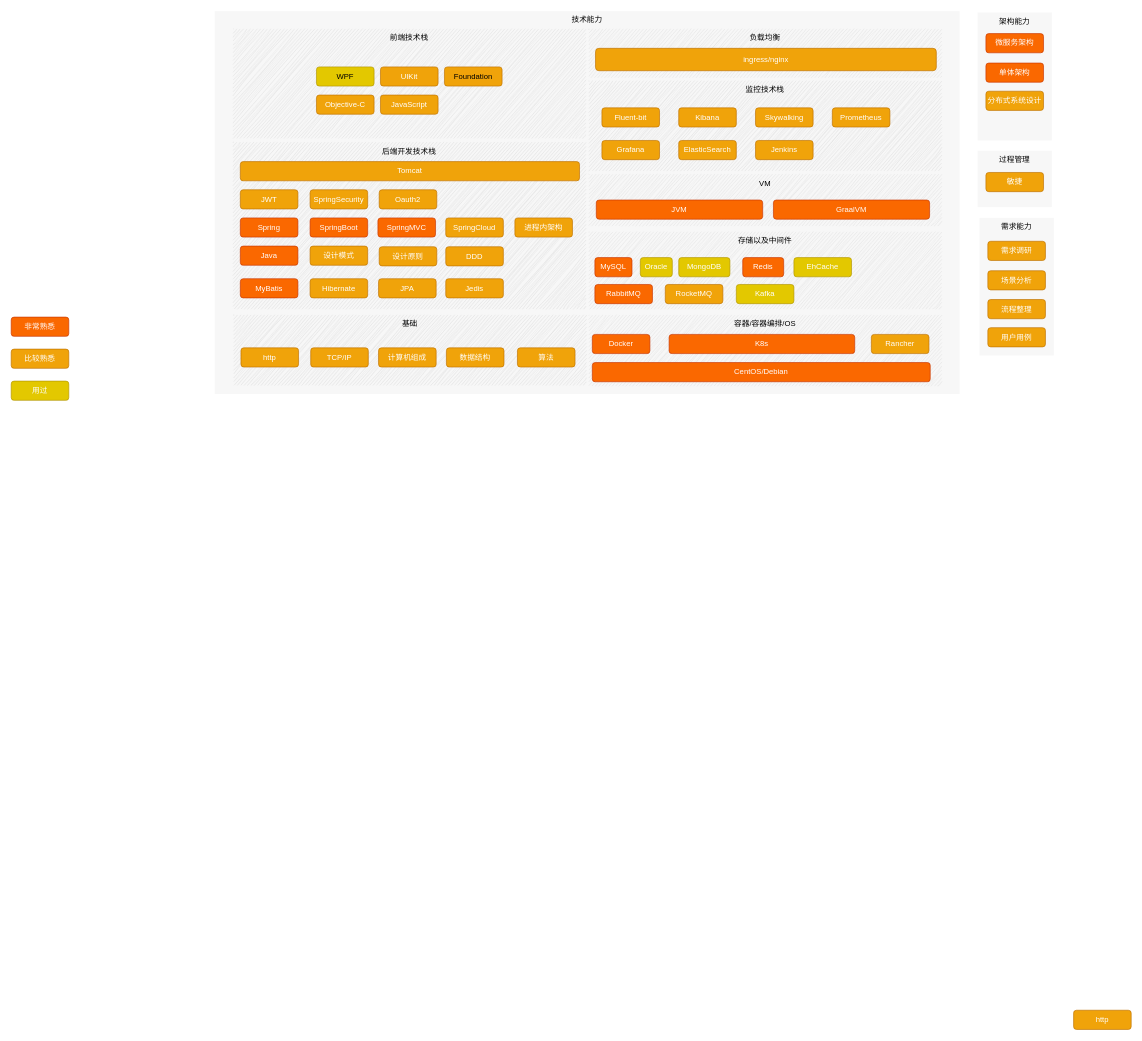
Earlier version of the draw.io diagram page "顶层架构" (1 of 4) of 技术栈.drawio (ProgrammerLZ/drawio). Source tidied: cells renumbered, new cells numbered last; positions are measured from the earlier drawing's top-left corner, leaving out a move shared by most shapes. Both pictures are drawn from the tidied source at 64%, with x=0, y=0 at pixel (11, 11).
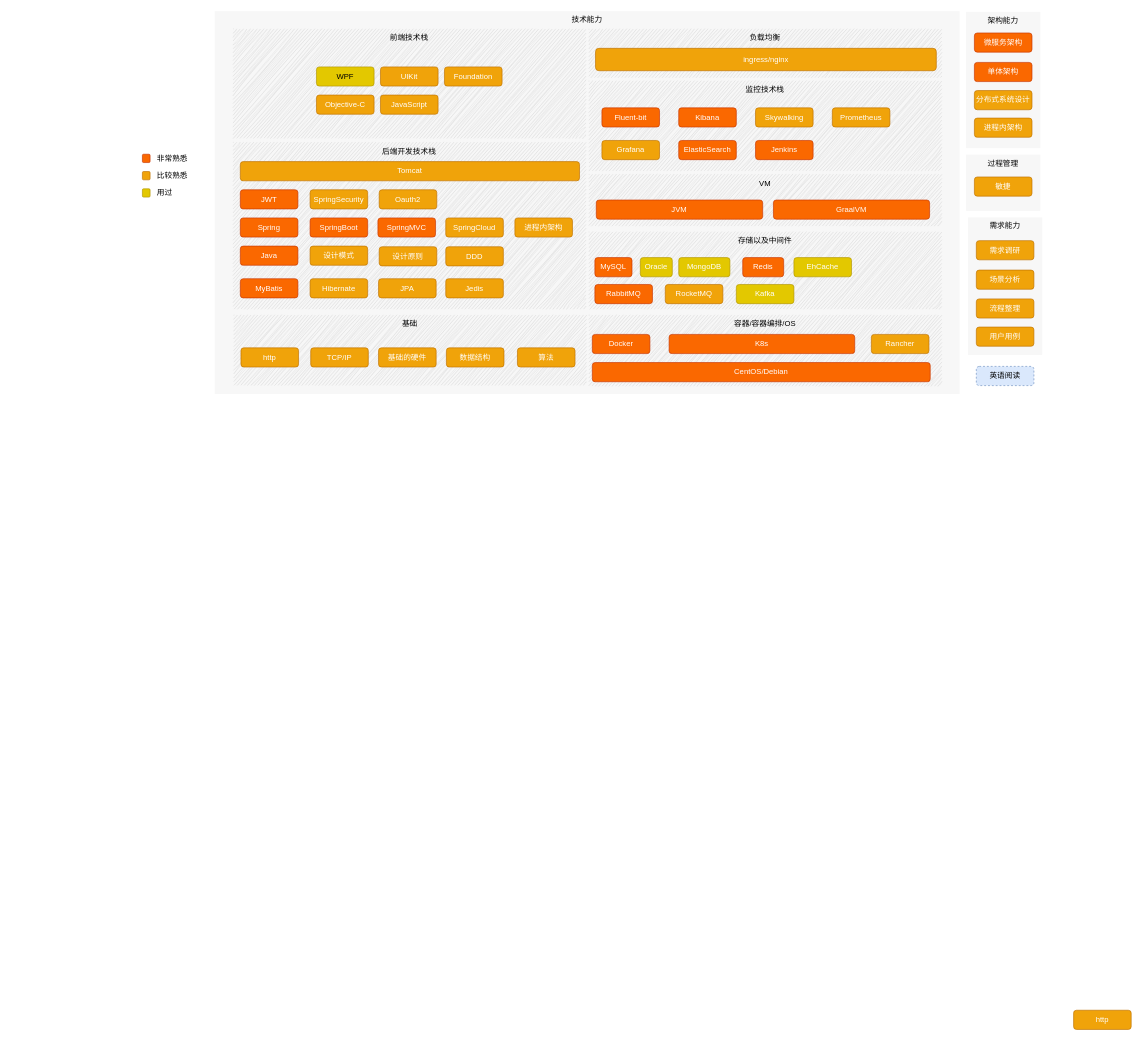
After the change.

Commit message (it also covers changes not shown here):
更新技术栈.drawio

What changed in the source:
```diff
@@
     <mxCell id="2" value="架构能力" style="rounded=0;whiteSpace=wrap;html=1;fillColor=#D6D6D6;opacity=20;strokeColor=none;verticalAlign=top;" parent="1" vertex="1">
-      <mxGeometry x="1510" y="2" width="116" height="200" as="geometry" />
+      <mxGeometry x="1492" y="1" width="116" height="213" as="geometry" />
     </mxCell>
     <mxCell id="3" value="需求能力" style="rounded=0;whiteSpace=wrap;html=1;fillColor=#D6D6D6;opacity=20;strokeColor=none;verticalAlign=top;" parent="1" vertex="1">
-      <mxGeometry x="1513" y="323" width="116" height="215" as="geometry" />
+      <mxGeometry x="1495" y="322" width="116" height="215" as="geometry" />
     </mxCell>
     <mxCell id="4" value="过程管理" style="rounded=0;whiteSpace=wrap;html=1;fillColor=#D6D6D6;opacity=20;strokeColor=none;verticalAlign=top;" parent="1" vertex="1">
-      <mxGeometry x="1510" y="218" width="116" height="88" as="geometry" />
+      <mxGeometry x="1492" y="224" width="116" height="88" as="geometry" />
     </mxCell>
@@
-    <mxCell id="6" value="基础" style="rounded=0;whiteSpace=wrap;html=1;fillColor=#D6D6D6;opacity=80;strokeColor=none;verticalAlign=top;sketch=1;curveFitting=1;jiggle=2;" parent="1" vertex="1">
+    <mxCell id="6" value="基础" style="rounded=0;whiteSpace=wrap;html=1;fillColor=#D6D6D6;strokeColor=none;verticalAlign=top;sketch=1;curveFitting=1;jiggle=2;" parent="1" vertex="1">
       <mxGeometry x="348" y="475" width="550" height="109" as="geometry" />
     </mxCell>
-    <mxCell id="7" value="监控技术栈" style="rounded=0;whiteSpace=wrap;html=1;fillColor=#D6D6D6;opacity=80;strokeColor=none;verticalAlign=top;sketch=1;curveFitting=1;jiggle=2;" parent="1" vertex="1">
+    <mxCell id="7" value="监控技术栈" style="rounded=0;whiteSpace=wrap;html=1;fillColor=#D6D6D6;strokeColor=none;verticalAlign=top;sketch=1;curveFitting=1;jiggle=2;" parent="1" vertex="1">
       <mxGeometry x="903" y="109" width="550" height="140" as="geometry" />
     </mxCell>
-    <mxCell id="8" value="Kibana" style="rounded=1;whiteSpace=wrap;html=1;fillColor=#f0a30a;fontColor=#FFFFFF;strokeColor=#BD7000;" parent="1" vertex="1">
+    <mxCell id="8" value="Kibana" style="rounded=1;whiteSpace=wrap;html=1;fillColor=#fa6800;fontColor=#FFFFFF;strokeColor=#C73500;" parent="1" vertex="1">
       <mxGeometry x="1043" y="151" width="90" height="30" as="geometry" />
     </mxCell>
-    <mxCell id="9" value="Fluent-bit" style="rounded=1;whiteSpace=wrap;html=1;fillColor=#f0a30a;fontColor=#FFFFFF;strokeColor=#BD7000;" parent="1" vertex="1">
+    <mxCell id="9" value="Fluent-bit" style="rounded=1;whiteSpace=wrap;html=1;fillColor=#fa6800;fontColor=#FFFFFF;strokeColor=#C73500;" parent="1" vertex="1">
       <mxGeometry x="923" y="151" width="90" height="30" as="geometry" />
     </mxCell>
-    <mxCell id="10" value="Jenkins" style="rounded=1;whiteSpace=wrap;html=1;fillColor=#f0a30a;fontColor=#FFFFFF;strokeColor=#BD7000;" parent="1" vertex="1">
+    <mxCell id="10" value="Jenkins" style="rounded=1;whiteSpace=wrap;html=1;fillColor=#fa6800;fontColor=#FFFFFF;strokeColor=#C73500;" parent="1" vertex="1">
       <mxGeometry x="1163" y="202" width="90" height="30" as="geometry" />
     </mxCell>
@@
     <mxCell id="14" value="微服务架构" style="rounded=1;whiteSpace=wrap;html=1;fillColor=#fa6800;fontColor=#FFFFFF;strokeColor=#C73500;" parent="1" vertex="1">
-      <mxGeometry x="1523" y="35" width="90" height="30" as="geometry" />
+      <mxGeometry x="1505" y="34" width="90" height="30" as="geometry" />
     </mxCell>
     <mxCell id="15" value="单体架构" style="rounded=1;whiteSpace=wrap;html=1;fillColor=#fa6800;fontColor=#FFFFFF;strokeColor=#C73500;" parent="1" vertex="1">
-      <mxGeometry x="1523" y="81" width="90" height="30" as="geometry" />
+      <mxGeometry x="1505" y="80" width="90" height="30" as="geometry" />
     </mxCell>
@@
     <mxCell id="17" value="分布式系统设计" style="rounded=1;whiteSpace=wrap;html=1;fillColor=#f0a30a;fontColor=#FFFFFF;strokeColor=#BD7000;" parent="1" vertex="1">
-      <mxGeometry x="1523" y="125" width="90" height="30" as="geometry" />
+      <mxGeometry x="1505" y="124" width="90" height="30" as="geometry" />
     </mxCell>
-    <mxCell id="18" value="非常熟悉" style="rounded=1;whiteSpace=wrap;html=1;fillColor=#fa6800;fontColor=#FFFFFF;strokeColor=#C73500;" parent="1" vertex="1">
-      <mxGeometry y="478" width="90" height="30" as="geometry" />
+    <mxCell id="18" style="rounded=1;whiteSpace=wrap;html=1;fillColor=#fa6800;fontColor=#FFFFFF;strokeColor=#C73500;" parent="1" vertex="1">
+      <mxGeometry x="205" y="223.5" width="12" height="13" as="geometry" />
     </mxCell>
-    <mxCell id="19" value="比较熟悉" style="rounded=1;whiteSpace=wrap;html=1;fillColor=#f0a30a;fontColor=#FFFFFF;strokeColor=#BD7000;" parent="1" vertex="1">
-      <mxGeometry y="528" width="90" height="30" as="geometry" />
-    </mxCell>
-    <mxCell id="20" value="用过" style="rounded=1;whiteSpace=wrap;html=1;fillColor=#e3c800;fontColor=#FFFFFF;strokeColor=#B09500;" parent="1" vertex="1">
-      <mxGeometry y="578" width="90" height="30" as="geometry" />
-    </mxCell>
     <mxCell id="21" value="敏捷" style="rounded=1;whiteSpace=wrap;html=1;fillColor=#f0a30a;fontColor=#FFFFFF;strokeColor=#BD7000;" parent="1" vertex="1">
-      <mxGeometry x="1523" y="252" width="90" height="30" as="geometry" />
+      <mxGeometry x="1505" y="259" width="90" height="30" as="geometry" />
     </mxCell>
     <mxCell id="22" value="需求调研" style="rounded=1;whiteSpace=wrap;html=1;fillColor=#f0a30a;fontColor=#FFFFFF;strokeColor=#BD7000;" parent="1" vertex="1">
-      <mxGeometry x="1526" y="359.5" width="90" height="30" as="geometry" />
+      <mxGeometry x="1508" y="358.5" width="90" height="30" as="geometry" />
     </mxCell>
-    <mxCell id="23" value="ElasticSearch" style="rounded=1;whiteSpace=wrap;html=1;fillColor=#f0a30a;fontColor=#FFFFFF;strokeColor=#BD7000;" parent="1" vertex="1">
+    <mxCell id="23" value="ElasticSearch" style="rounded=1;whiteSpace=wrap;html=1;fillColor=#fa6800;fontColor=#FFFFFF;strokeColor=#C73500;" parent="1" vertex="1">
       <mxGeometry x="1043" y="202" width="90" height="30" as="geometry" />
     </mxCell>
-    <mxCell id="24" value="前端技术栈" style="rounded=0;whiteSpace=wrap;html=1;fillColor=#D6D6D6;opacity=70;strokeColor=none;verticalAlign=top;glass=0;sketch=1;curveFitting=1;jiggle=2;" parent="1" vertex="1">
+    <mxCell id="24" value="前端技术栈" style="rounded=0;whiteSpace=wrap;html=1;fillColor=#D6D6D6;strokeColor=none;verticalAlign=top;glass=0;sketch=1;curveFitting=1;jiggle=2;" parent="1" vertex="1">
       <mxGeometry x="347" y="28" width="550" height="170" as="geometry" />
     </mxCell>
@@
-    <mxCell id="28" value="Foundation" style="rounded=1;whiteSpace=wrap;html=1;fontColor=#000000;fillColor=#f0a30a;strokeColor=#BD7000;" parent="1" vertex="1">
+    <mxCell id="28" value="Foundation" style="rounded=1;whiteSpace=wrap;html=1;fontColor=#FFFFFF;fillColor=#f0a30a;strokeColor=#BD7000;" parent="1" vertex="1">
       <mxGeometry x="677" y="87" width="90" height="30" as="geometry" />
     </mxCell>
@@
     <mxCell id="30" value="场景分析" style="rounded=1;whiteSpace=wrap;html=1;fillColor=#f0a30a;fontColor=#FFFFFF;strokeColor=#BD7000;" parent="1" vertex="1">
-      <mxGeometry x="1526" y="405.5" width="90" height="30" as="geometry" />
+      <mxGeometry x="1508" y="404.5" width="90" height="30" as="geometry" />
     </mxCell>
-    <mxCell id="31" value="后端开发技术栈" style="rounded=0;whiteSpace=wrap;html=1;fillColor=#D6D6D6;opacity=80;strokeColor=none;verticalAlign=top;sketch=1;curveFitting=1;jiggle=2;" parent="1" vertex="1">
+    <mxCell id="31" value="后端开发技术栈" style="rounded=0;whiteSpace=wrap;html=1;fillColor=#D6D6D6;strokeColor=none;verticalAlign=top;sketch=1;curveFitting=1;jiggle=2;" parent="1" vertex="1">
       <mxGeometry x="347" y="205" width="550" height="260" as="geometry" />
     </mxCell>
@@
-    <mxCell id="41" value="JWT" style="rounded=1;whiteSpace=wrap;html=1;fillColor=#f0a30a;fontColor=#FFFFFF;strokeColor=#BD7000;" parent="1" vertex="1">
+    <mxCell id="41" value="JWT" style="rounded=1;whiteSpace=wrap;html=1;fillColor=#fa6800;fontColor=#FFFFFF;strokeColor=#C73500;" parent="1" vertex="1">
       <mxGeometry x="358" y="279" width="90" height="30" as="geometry" />
     </mxCell>
@@
-    <mxCell id="53" value="计算机组成" style="rounded=1;whiteSpace=wrap;html=1;fillColor=#f0a30a;fontColor=#FFFFFF;strokeColor=#BD7000;" parent="1" vertex="1">
+    <mxCell id="53" value="基础的硬件" style="rounded=1;whiteSpace=wrap;html=1;fillColor=#f0a30a;fontColor=#FFFFFF;strokeColor=#BD7000;" parent="1" vertex="1">
       <mxGeometry x="574" y="526" width="90" height="30" as="geometry" />
     </mxCell>
-    <mxCell id="54" value="VM" style="rounded=0;whiteSpace=wrap;html=1;fillColor=#D6D6D6;opacity=60;strokeColor=none;verticalAlign=top;sketch=1;curveFitting=1;jiggle=2;" parent="1" vertex="1">
+    <mxCell id="54" value="VM" style="rounded=0;whiteSpace=wrap;html=1;fillColor=#D6D6D6;strokeColor=none;verticalAlign=top;sketch=1;curveFitting=1;jiggle=2;" parent="1" vertex="1">
       <mxGeometry x="903" y="255" width="550" height="80" as="geometry" />
     </mxCell>
@@
-    <mxCell id="57" value="存储以及中间件" style="rounded=0;whiteSpace=wrap;html=1;fillColor=#D6D6D6;opacity=60;strokeColor=none;verticalAlign=top;sketch=1;curveFitting=1;jiggle=2;" parent="1" vertex="1">
+    <mxCell id="57" value="存储以及中间件" style="rounded=0;whiteSpace=wrap;html=1;fillColor=#D6D6D6;strokeColor=none;verticalAlign=top;sketch=1;curveFitting=1;jiggle=2;" parent="1" vertex="1">
       <mxGeometry x="903" y="345" width="550" height="120" as="geometry" />
     </mxCell>
@@
-    <mxCell id="67" value="容器/容器编排/OS" style="rounded=0;whiteSpace=wrap;html=1;fillColor=#D6D6D6;opacity=60;strokeColor=none;verticalAlign=top;sketch=1;curveFitting=1;jiggle=2;" parent="1" vertex="1">
+    <mxCell id="67" value="容器/容器编排/OS" style="rounded=0;whiteSpace=wrap;html=1;fillColor=#D6D6D6;strokeColor=none;verticalAlign=top;sketch=1;curveFitting=1;jiggle=2;" parent="1" vertex="1">
       <mxGeometry x="903" y="475" width="550" height="110" as="geometry" />
     </mxCell>
@@
-    <mxCell id="72" value="负载均衡" style="rounded=0;whiteSpace=wrap;html=1;fillColor=#D6D6D6;opacity=60;strokeColor=none;verticalAlign=top;sketch=1;curveFitting=1;jiggle=2;" parent="1" vertex="1">
+    <mxCell id="72" value="负载均衡" style="rounded=0;whiteSpace=wrap;html=1;fillColor=#D6D6D6;strokeColor=none;verticalAlign=top;sketch=1;curveFitting=1;jiggle=2;" parent="1" vertex="1">
       <mxGeometry x="903" y="28" width="550" height="75" as="geometry" />
     </mxCell>
@@
     <mxCell id="74" value="流程整理" style="rounded=1;whiteSpace=wrap;html=1;fillColor=#f0a30a;fontColor=#FFFFFF;strokeColor=#BD7000;" parent="1" vertex="1">
-      <mxGeometry x="1526" y="450.5" width="90" height="30" as="geometry" />
+      <mxGeometry x="1508" y="449.5" width="90" height="30" as="geometry" />
     </mxCell>
     <mxCell id="75" value="用户用例" style="rounded=1;whiteSpace=wrap;html=1;fillColor=#f0a30a;fontColor=#FFFFFF;strokeColor=#BD7000;" parent="1" vertex="1">
-      <mxGeometry x="1526" y="494.5" width="90" height="30" as="geometry" />
+      <mxGeometry x="1508" y="493.5" width="90" height="30" as="geometry" />
     </mxCell>
+    <mxCell id="76" value="进程内架构" style="rounded=1;whiteSpace=wrap;html=1;fillColor=#f0a30a;fontColor=#FFFFFF;strokeColor=#BD7000;" parent="1" vertex="1">
+      <mxGeometry x="1505" y="167" width="90" height="30" as="geometry" />
+    </mxCell>
+    <mxCell id="77" value="&lt;span style=&quot;&quot;&gt;非常熟悉&lt;/span&gt;" style="text;html=1;align=left;verticalAlign=middle;whiteSpace=wrap;rounded=0;fontColor=#000000;" parent="1" vertex="1">
+      <mxGeometry x="226" y="215" width="60" height="30" as="geometry" />
+    </mxCell>
+    <mxCell id="78" style="rounded=1;whiteSpace=wrap;html=1;fillColor=#f0a30a;fontColor=#000000;strokeColor=#BD7000;" parent="1" vertex="1">
+      <mxGeometry x="205" y="250.5" width="12" height="13" as="geometry" />
+    </mxCell>
+    <mxCell id="19" value="&lt;span style=&quot;&quot;&gt;比较熟悉&lt;/span&gt;" style="text;html=1;align=left;verticalAlign=middle;whiteSpace=wrap;rounded=0;fontColor=#000000;" parent="1" vertex="1">
+      <mxGeometry x="226" y="242" width="60" height="30" as="geometry" />
+    </mxCell>
+    <mxCell id="79" style="rounded=1;whiteSpace=wrap;html=1;fillColor=#e3c800;fontColor=#000000;strokeColor=#B09500;" parent="1" vertex="1">
+      <mxGeometry x="205" y="277.5" width="12" height="13" as="geometry" />
+    </mxCell>
+    <mxCell id="20" value="&lt;span style=&quot;&quot;&gt;用过&lt;/span&gt;" style="text;html=1;align=left;verticalAlign=middle;whiteSpace=wrap;rounded=0;fontColor=#000000;" parent="1" vertex="1">
+      <mxGeometry x="226" y="269" width="60" height="30" as="geometry" />
+    </mxCell>
+    <mxCell id="80" value="英语阅读" style="rounded=1;whiteSpace=wrap;html=1;fillColor=#dae8fc;strokeColor=#6c8ebf;dashed=1;fontColor=#000000;" parent="1" vertex="1">
+      <mxGeometry x="1508" y="555" width="90" height="30" as="geometry" />
+    </mxCell>
```
